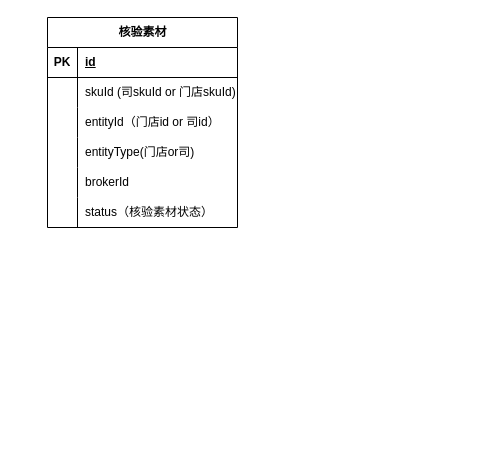
Earlier version of the draw.io diagram page "表" (4 of 5) of 设计文档/政府核验sku化.drawio (guyukou/drawio). Source tidied: cells renumbered, new cells numbered last; positions are measured from the earlier drawing's top-left corner, leaving out a move shared by most shapes. Both pictures are drawn from the tidied source at 100%, with x=0, y=0 at pixel (47, 17).
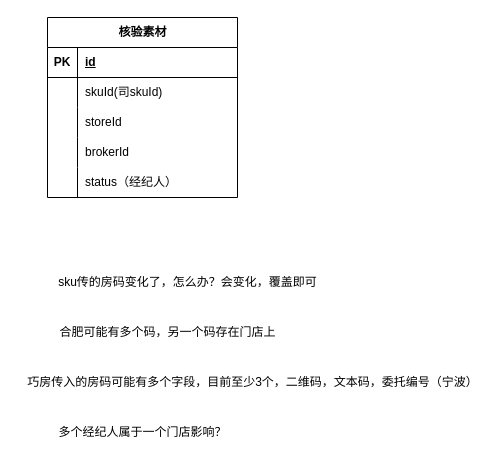
The same page after the edit.

Commit message:
更新政府核验sku化.drawio

Unchanged cells that the change refers to:
```xml
<mxCell id="6" style="shape=tableRow;horizontal=0;startSize=0;swimlaneHead=0;swimlaneBody=0;fillColor=none;top=0;left=0;right=0;bottom=0;" parent="2" vertex="1">
  <mxGeometry y="60" width="190" height="30" as="geometry" />
</mxCell>
<mxCell id="9" style="shape=tableRow;horizontal=0;startSize=0;swimlaneHead=0;swimlaneBody=0;fillColor=none;top=0;left=0;right=0;bottom=0;" parent="2" vertex="1">
  <mxGeometry y="90" width="190" height="30" as="geometry" />
</mxCell>
```

The edit, as a diff of the source:
```diff
@@
     <mxCell id="2" value="核验素材" style="shape=table;startSize=30;childLayout=tableLayout;rowLines=0;fontStyle=1;align=center;html=1;" parent="1" vertex="1">
-      <mxGeometry width="190" height="210" as="geometry" />
+      <mxGeometry width="190" height="180" as="geometry" />
     </mxCell>
@@
-    <mxCell id="8" value="skuId (司skuId or 门店skuId)" style="shape=partialRectangle;fillColor=none;top=0;left=0;bottom=0;right=0;align=left;spacingLeft=6;overflow=hidden;whiteSpace=wrap;html=1;" parent="6" vertex="1">
+    <mxCell id="8" value="skuId(司skuId)" style="shape=partialRectangle;fillColor=none;top=0;left=0;bottom=0;right=0;align=left;spacingLeft=6;overflow=hidden;whiteSpace=wrap;html=1;" parent="6" vertex="1">
       <mxGeometry x="30" width="160" height="30" as="geometry" />
     </mxCell>
@@
-    <mxCell id="11" value="entityId（门店id or 司id）" style="shape=partialRectangle;fillColor=none;top=0;left=0;bottom=0;right=0;align=left;spacingLeft=6;overflow=hidden;whiteSpace=wrap;html=1;" parent="9" vertex="1">
+    <mxCell id="11" value="storeId" style="shape=partialRectangle;fillColor=none;top=0;left=0;bottom=0;right=0;align=left;spacingLeft=6;overflow=hidden;whiteSpace=wrap;html=1;" parent="9" vertex="1">
       <mxGeometry x="30" width="160" height="30" as="geometry" />
     </mxCell>
-    <mxCell id="12" style="shape=tableRow;horizontal=0;startSize=0;swimlaneHead=0;swimlaneBody=0;fillColor=none;top=0;left=0;right=0;bottom=0;" parent="2" vertex="1">
-      <mxGeometry y="120" width="190" height="30" as="geometry" />
-    </mxCell>
-    <mxCell id="13" style="shape=partialRectangle;fillColor=none;top=0;left=0;bottom=0;right=0;overflow=hidden;whiteSpace=wrap;html=1;" parent="12" vertex="1">
-      <mxGeometry width="30" height="30" as="geometry" />
-    </mxCell>
-    <mxCell id="14" value="entityType(门店or司)" style="shape=partialRectangle;fillColor=none;top=0;left=0;bottom=0;right=0;align=left;spacingLeft=6;overflow=hidden;whiteSpace=wrap;html=1;" parent="12" vertex="1">
-      <mxGeometry x="30" width="160" height="30" as="geometry" />
-    </mxCell>
     <mxCell id="15" style="shape=tableRow;horizontal=0;startSize=0;swimlaneHead=0;swimlaneBody=0;fillColor=none;top=0;left=0;right=0;bottom=0;" parent="2" vertex="1">
-      <mxGeometry y="150" width="190" height="30" as="geometry" />
+      <mxGeometry y="120" width="190" height="30" as="geometry" />
     </mxCell>
@@
     <mxCell id="18" style="shape=tableRow;horizontal=0;startSize=0;swimlaneHead=0;swimlaneBody=0;fillColor=none;top=0;left=0;right=0;bottom=0;" parent="2" vertex="1">
-      <mxGeometry y="180" width="190" height="30" as="geometry" />
+      <mxGeometry y="150" width="190" height="30" as="geometry" />
     </mxCell>
@@
-    <mxCell id="20" value="status（核验素材状态）" style="shape=partialRectangle;fillColor=none;top=0;left=0;bottom=0;right=0;align=left;spacingLeft=6;overflow=hidden;whiteSpace=wrap;html=1;" parent="18" vertex="1">
+    <mxCell id="20" value="status（经纪人）" style="shape=partialRectangle;fillColor=none;top=0;left=0;bottom=0;right=0;align=left;spacingLeft=6;overflow=hidden;whiteSpace=wrap;html=1;" parent="18" vertex="1">
       <mxGeometry x="30" width="160" height="30" as="geometry" />
     </mxCell>
+    <mxCell id="21" value="多个经纪人属于一个门店影响？" style="text;html=1;align=center;verticalAlign=middle;strokeColor=none;fillColor=none;" parent="1" vertex="1">
+      <mxGeometry y="400" width="190" height="30" as="geometry" />
+    </mxCell>
+    <mxCell id="22" value="sku传的房码变化了，怎么办？会变化，覆盖即可" style="text;html=1;align=center;verticalAlign=middle;strokeColor=none;fillColor=none;" parent="1" vertex="1">
+      <mxGeometry y="250" width="280" height="30" as="geometry" />
+    </mxCell>
+    <mxCell id="23" value="巧房传入的房码可能有多个字段，目前至少3个，二维码，文本码，委托编号（宁波）" style="text;html=1;align=center;verticalAlign=middle;strokeColor=none;fillColor=none;" parent="1" vertex="1">
+      <mxGeometry x="-30" y="350" width="470" height="30" as="geometry" />
+    </mxCell>
+    <mxCell id="24" value="合肥可能有多个码，另一个码存在门店上" style="text;html=1;align=center;verticalAlign=middle;strokeColor=none;fillColor=none;" parent="1" vertex="1">
+      <mxGeometry y="300" width="240" height="30" as="geometry" />
+    </mxCell>
```
